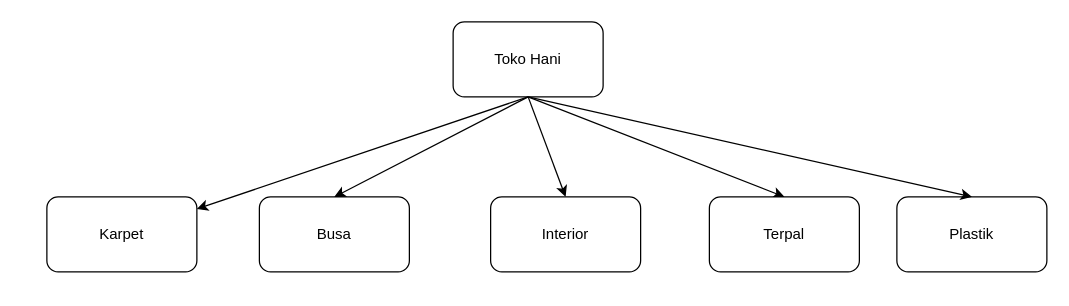
Earlier version of the draw.io diagram page "Toko Hani" (2 of 4) of Toko Hani.drawio (MiftahRizky/miftahr). Source tidied: cells renumbered, new cells numbered last; positions are measured from the earlier drawing's top-left corner, leaving out a move shared by most shapes. Both pictures are drawn from the tidied source at 125%, with x=0, y=0 at pixel (46, 21).
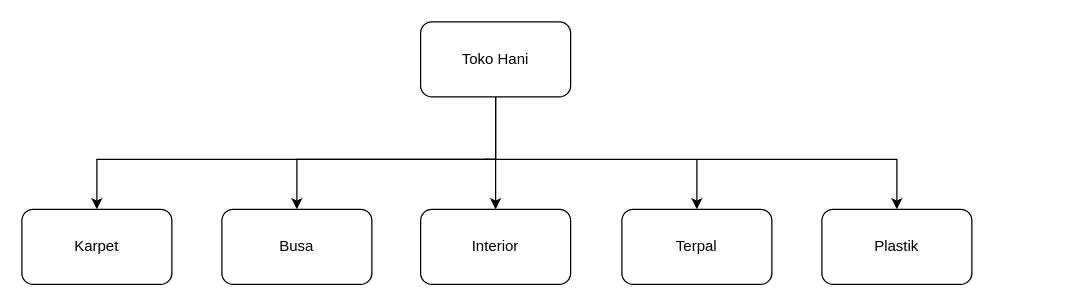
After the change.

What changed in the source:
```diff
@@
     <mxCell id="2" value="Toko Hani" style="rounded=1;whiteSpace=wrap;html=1;" parent="1" vertex="1">
-      <mxGeometry x="325" width="120" height="60" as="geometry" />
+      <mxGeometry x="299" width="120" height="60" as="geometry" />
     </mxCell>
-    <mxCell id="3" style="endArrow=classic;html=1;rounded=0;exitX=0.5;exitY=1;exitDx=0;exitDy=0;" parent="1" edge="1" source="2" target="4">
-      <mxGeometry relative="1" as="geometry" />
-    </mxCell>
     <mxCell id="4" value="Karpet" style="rounded=1;whiteSpace=wrap;html=1;" parent="1" vertex="1">
-      <mxGeometry y="140" width="120" height="60" as="geometry" />
+      <mxGeometry x="-20" y="150" width="120" height="60" as="geometry" />
     </mxCell>
     <mxCell id="5" value="Busa" style="rounded=1;whiteSpace=wrap;html=1;" parent="1" vertex="1">
-      <mxGeometry x="170" y="140" width="120" height="60" as="geometry" />
+      <mxGeometry x="140" y="150" width="120" height="60" as="geometry" />
     </mxCell>
-    <mxCell id="6" style="endArrow=classic;html=1;rounded=0;exitX=0.5;exitY=1;exitDx=0;exitDy=0;entryX=0.5;entryY=0;entryDx=0;entryDy=0;" parent="1" edge="1" source="2" target="5">
-      <mxGeometry relative="1" as="geometry" />
-    </mxCell>
     <mxCell id="7" value="Interior" style="rounded=1;whiteSpace=wrap;html=1;" parent="1" vertex="1">
-      <mxGeometry x="355" y="140" width="120" height="60" as="geometry" />
+      <mxGeometry x="299" y="150" width="120" height="60" as="geometry" />
     </mxCell>
-    <mxCell id="8" style="endArrow=classic;html=1;rounded=0;exitX=0.5;exitY=1;exitDx=0;exitDy=0;entryX=0.5;entryY=0;entryDx=0;entryDy=0;" parent="1" edge="1" source="2" target="7">
-      <mxGeometry relative="1" as="geometry" />
-    </mxCell>
-    <mxCell id="9" style="endArrow=classic;html=1;rounded=0;exitX=0.5;exitY=1;exitDx=0;exitDy=0;entryX=0.5;entryY=0;entryDx=0;entryDy=0;" parent="1" edge="1" source="2" target="10">
-      <mxGeometry relative="1" as="geometry" />
-    </mxCell>
     <mxCell id="10" value="Terpal" style="rounded=1;whiteSpace=wrap;html=1;" parent="1" vertex="1">
-      <mxGeometry x="530" y="140" width="120" height="60" as="geometry" />
+      <mxGeometry x="460" y="150" width="120" height="60" as="geometry" />
     </mxCell>
     <mxCell id="11" value="Plastik" style="rounded=1;whiteSpace=wrap;html=1;" parent="1" vertex="1">
-      <mxGeometry x="680" y="140" width="120" height="60" as="geometry" />
+      <mxGeometry x="620" y="150" width="120" height="60" as="geometry" />
     </mxCell>
-    <mxCell id="12" style="endArrow=classic;html=1;rounded=0;exitX=0.5;exitY=1;exitDx=0;exitDy=0;entryX=0.5;entryY=0;entryDx=0;entryDy=0;" parent="1" edge="1" source="2" target="11">
-      <mxGeometry relative="1" as="geometry" />
-    </mxCell>
+    <mxCell id="3" style="endArrow=classic;html=1;rounded=0;exitX=0.5;exitY=1;exitDx=0;exitDy=0;entryX=0.5;entryY=0;entryDx=0;entryDy=0;" parent="1" edge="1" source="2" target="4">
+      <mxGeometry relative="1" as="geometry">
+        <Array as="points">
+          <mxPoint x="359" y="110" />
+          <mxPoint x="40" y="110" />
+        </Array>
+      </mxGeometry>
+    </mxCell>
+    <mxCell id="6" style="endArrow=classic;html=1;rounded=0;exitX=0.5;exitY=1;exitDx=0;exitDy=0;entryX=0.5;entryY=0;entryDx=0;entryDy=0;" parent="1" edge="1" source="2" target="5">
+      <mxGeometry relative="1" as="geometry">
+        <Array as="points">
+          <mxPoint x="359" y="110" />
+          <mxPoint x="200" y="110" />
+        </Array>
+      </mxGeometry>
+    </mxCell>
+    <mxCell id="13" style="endArrow=classic;html=1;rounded=0;entryX=0.5;entryY=0;entryDx=0;entryDy=0;" parent="1" edge="1" target="7">
+      <mxGeometry relative="1" as="geometry">
+        <mxPoint x="359" y="110" as="sourcePoint" />
+      </mxGeometry>
+    </mxCell>
+    <mxCell id="14" style="endArrow=classic;html=1;rounded=0;entryX=0.5;entryY=0;entryDx=0;entryDy=0;" parent="1" edge="1" target="10">
+      <mxGeometry relative="1" as="geometry">
+        <mxPoint x="350" y="110" as="sourcePoint" />
+        <Array as="points">
+          <mxPoint x="520" y="110" />
+        </Array>
+      </mxGeometry>
+    </mxCell>
+    <mxCell id="15" style="endArrow=classic;html=1;rounded=0;entryX=0.5;entryY=0;entryDx=0;entryDy=0;" parent="1" edge="1" target="11">
+      <mxGeometry relative="1" as="geometry">
+        <mxPoint x="520" y="110" as="sourcePoint" />
+        <Array as="points">
+          <mxPoint x="680" y="110" />
+        </Array>
+      </mxGeometry>
+    </mxCell>
```
